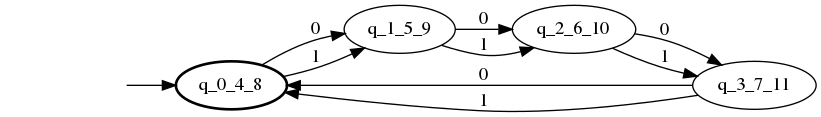
This is P2/afd.png from DCabornero/Automatas-y-Lenguajes, a Graphviz export, as it was before one commit. Its source is kept beside it as P2/afd.dot. Its diagram source:
```dot
digraph afd  { rankdir=LR;
	_invisible [style="invis"];
	q_0_4_8 [penwidth="2"];
	q_3_7_11;
	q_2_6_10;
	q_1_5_9;
	_invisible -> q_0_4_8 ;
	q_0_4_8 -> q_1_5_9 [label="0"];
	q_0_4_8 -> q_1_5_9 [label="1"];
	q_3_7_11 -> q_0_4_8 [label="0"];
	q_3_7_11 -> q_0_4_8 [label="1"];
	q_2_6_10 -> q_3_7_11 [label="0"];
	q_2_6_10 -> q_3_7_11 [label="1"];
	q_1_5_9 -> q_2_6_10 [label="0"];
	q_1_5_9 -> q_2_6_10 [label="1"];
}
```
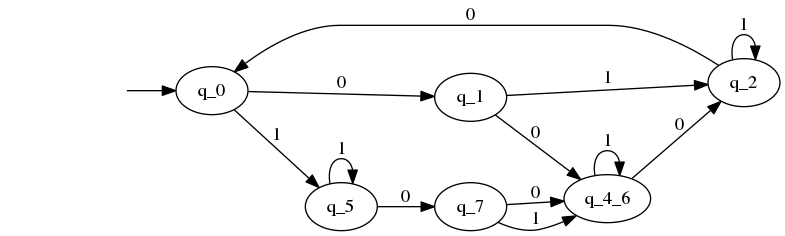
Later version of the same file.

Change to the diagram source:
```diff
@@ -1,16 +1,22 @@
 digraph afd  { rankdir=LR;
 	_invisible [style="invis"];
-	q_0_4_8 [penwidth="2"];
-	q_3_7_11;
-	q_2_6_10;
-	q_1_5_9;
-	_invisible -> q_0_4_8 ;
-	q_0_4_8 -> q_1_5_9 [label="0"];
-	q_0_4_8 -> q_1_5_9 [label="1"];
-	q_3_7_11 -> q_0_4_8 [label="0"];
-	q_3_7_11 -> q_0_4_8 [label="1"];
-	q_2_6_10 -> q_3_7_11 [label="0"];
-	q_2_6_10 -> q_3_7_11 [label="1"];
-	q_1_5_9 -> q_2_6_10 [label="0"];
-	q_1_5_9 -> q_2_6_10 [label="1"];
+	q_2;
+	q_4_6;
+	q_1;
+	q_7;
+	q_0;
+	q_5;
+	_invisible -> q_0 ;
+	q_2 -> q_0 [label="0"];
+	q_2 -> q_2 [label="1"];
+	q_4_6 -> q_2 [label="0"];
+	q_4_6 -> q_4_6 [label="1"];
+	q_1 -> q_4_6 [label="0"];
+	q_1 -> q_2 [label="1"];
+	q_7 -> q_4_6 [label="0"];
+	q_7 -> q_4_6 [label="1"];
+	q_0 -> q_1 [label="0"];
+	q_0 -> q_5 [label="1"];
+	q_5 -> q_7 [label="0"];
+	q_5 -> q_5 [label="1"];
 }
```
